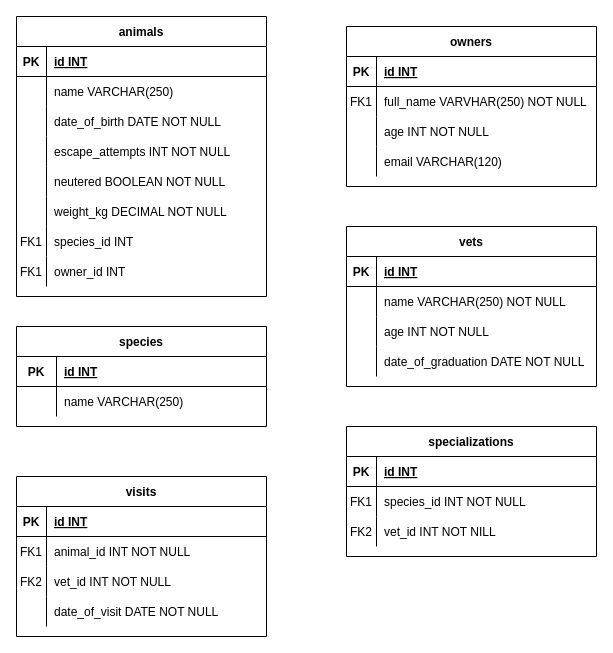
Earlier version of the draw.io diagram Untitled Diagram.drawio (Elerqsousy/vet-clinic-database). Source tidied: cells renumbered, new cells numbered last; positions are measured from the earlier drawing's top-left corner, leaving out a move shared by most shapes. Both pictures are drawn from the tidied source at 100%, with x=0, y=0 at pixel (16, 16).
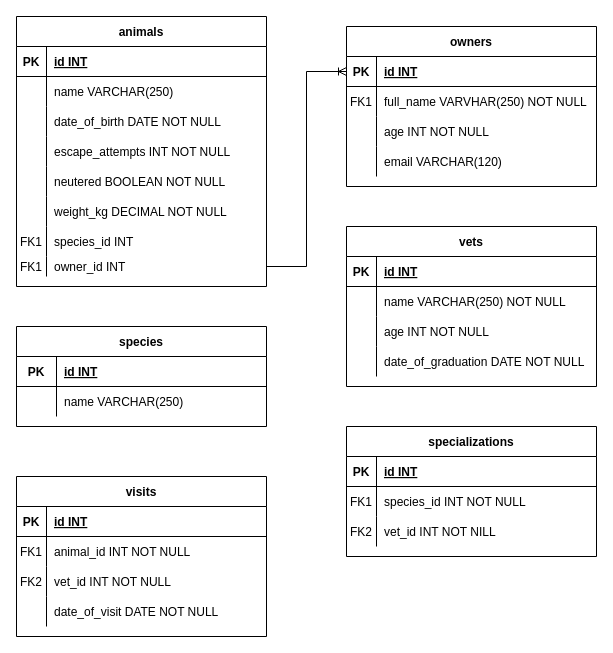
Above is the later version.

Commit message:
add relationship between animals and owners

Unchanged cells that the change refers to:
```xml
<mxCell id="3" style="shape=partialRectangle;fillColor=none;points=[[0,0.5],[1,0.5]];portConstraint=eastwest;top=0;left=0;right=0;bottom=1;" parent="2" vertex="1">
  <mxGeometry y="30" width="250" height="30" as="geometry" />
</mxCell>
```

Change to the diagram source:
```diff
@@
     <mxCell id="28" value="animals" style="shape=table;startSize=30;childLayout=tableLayout;rowLines=0;fontStyle=1;align=center;" parent="1" vertex="1">
-      <mxGeometry width="250" height="280" as="geometry" />
+      <mxGeometry width="250" height="270" as="geometry" />
     </mxCell>
@@
     <mxCell id="50" style="shape=partialRectangle;fillColor=none;points=[[0,0.5],[1,0.5]];portConstraint=eastwest;top=0;left=0;right=0;bottom=0;" parent="28" vertex="1">
-      <mxGeometry y="240" width="250" height="30" as="geometry" />
+      <mxGeometry y="240" width="250" height="20" as="geometry" />
     </mxCell>
     <mxCell id="51" value="FK1" style="shape=partialRectangle;overflow=hidden;fillColor=none;top=0;left=0;bottom=0;right=0;" parent="50" vertex="1">
-      <mxGeometry width="30" height="30" as="geometry" />
+      <mxGeometry width="30" height="20" as="geometry" />
     </mxCell>
     <mxCell id="52" value="owner_id INT" style="shape=partialRectangle;overflow=hidden;fillColor=none;top=0;left=0;bottom=0;right=0;align=left;spacingLeft=6;" parent="50" vertex="1">
-      <mxGeometry x="30" width="220" height="30" as="geometry" />
+      <mxGeometry x="30" width="220" height="20" as="geometry" />
     </mxCell>
@@
+    <mxCell id="83" style="edgeStyle=orthogonalEdgeStyle;rounded=0;jettySize=auto;html=1;endArrow=ERoneToMany;endFill=0;exitX=1;exitY=0.5;exitDx=0;exitDy=0;entryX=0;entryY=0.5;entryDx=0;entryDy=0;" parent="1" edge="1" source="50" target="3">
+      <mxGeometry relative="1" as="geometry" />
+    </mxCell>
```
